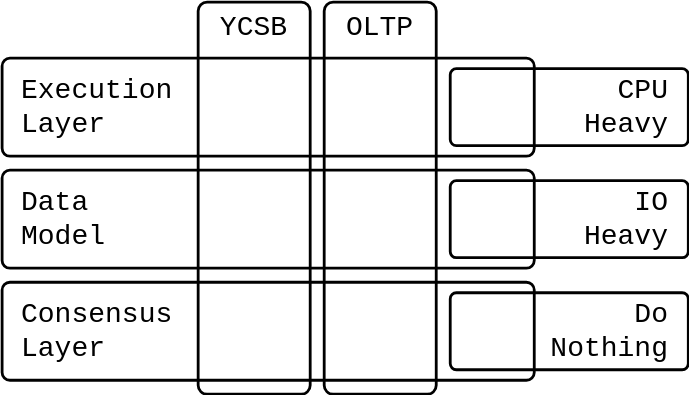
This is diagrams/BlockBenchWorkloadLayers.svg from David-Sat/blockbench-setup, a draw.io export, as it was before one commit. Source tidied: cells renumbered, new cells last; positions are measured from the earlier drawing's top-left corner, leaving out a move shared by most shapes. Source of this version:
```xml
<mxGraphModel>
  <root>
    <mxCell id="0" />
    <mxCell id="1" parent="0" />
    <mxCell id="2" value="&lt;div style=&quot;font-size: 20px&quot;&gt;&amp;nbsp;Execution &lt;br style=&quot;font-size: 20px&quot;&gt;&lt;/div&gt;&lt;div style=&quot;font-size: 20px&quot;&gt;&amp;nbsp;Layer&lt;/div&gt;" style="rounded=1;whiteSpace=wrap;html=1;strokeWidth=2;align=left;fontSize=20;fontFamily=Courier New;arcSize=8;fillColor=none;" parent="1" vertex="1">
      <mxGeometry y="40" width="380" height="70" as="geometry" />
    </mxCell>
    <mxCell id="3" value="&lt;div&gt;&amp;nbsp;Data&lt;/div&gt;&lt;div&gt;&amp;nbsp;Model&lt;br&gt;&lt;/div&gt;" style="rounded=1;whiteSpace=wrap;html=1;strokeWidth=2;align=left;fontSize=20;fontFamily=Courier New;arcSize=8;fillColor=none;" parent="1" vertex="1">
      <mxGeometry y="120" width="380" height="70" as="geometry" />
    </mxCell>
    <mxCell id="4" value="&lt;div style=&quot;font-size: 20px&quot;&gt;&amp;nbsp;Consensus&lt;/div&gt;&lt;div style=&quot;font-size: 20px&quot;&gt;&amp;nbsp;Layer&lt;br&gt;&lt;/div&gt;" style="rounded=1;whiteSpace=wrap;html=1;strokeWidth=2;align=left;fontSize=20;fontFamily=Courier New;arcSize=8;fillColor=none;" parent="1" vertex="1">
      <mxGeometry y="200" width="380" height="70" as="geometry" />
    </mxCell>
    <mxCell id="5" value="YCSB" style="rounded=1;whiteSpace=wrap;html=1;strokeWidth=2;align=center;fontSize=20;fontFamily=Courier New;arcSize=8;perimeterSpacing=0;fillColor=none;verticalAlign=top;" parent="1" vertex="1">
      <mxGeometry x="140" width="80" height="280" as="geometry" />
    </mxCell>
    <mxCell id="6" value="OLTP" style="rounded=1;whiteSpace=wrap;html=1;strokeWidth=2;align=center;fontSize=20;fontFamily=Courier New;arcSize=8;perimeterSpacing=0;fillColor=none;verticalAlign=top;" parent="1" vertex="1">
      <mxGeometry x="230" width="80" height="280" as="geometry" />
    </mxCell>
    <mxCell id="7" value="&lt;div style=&quot;font-size: 20px&quot;&gt;&amp;nbsp;CPU&amp;nbsp; &lt;br style=&quot;font-size: 20px&quot;&gt;&lt;/div&gt;&lt;div style=&quot;font-size: 20px&quot;&gt;&amp;nbsp;Heavy&amp;nbsp; &lt;br&gt;&lt;/div&gt;" style="rounded=1;whiteSpace=wrap;html=1;strokeWidth=2;align=right;fontSize=20;fontFamily=Courier New;arcSize=8;perimeterSpacing=0;fillColor=none;" parent="1" vertex="1">
      <mxGeometry x="320" y="47.5" width="170" height="55" as="geometry" />
    </mxCell>
    <mxCell id="8" value="&lt;div style=&quot;font-size: 20px&quot;&gt;&amp;nbsp;IO&amp;nbsp; &lt;br style=&quot;font-size: 20px&quot;&gt;&lt;/div&gt;&lt;div style=&quot;font-size: 20px&quot;&gt;&amp;nbsp;Heavy&amp;nbsp; &lt;br&gt;&lt;/div&gt;" style="rounded=1;whiteSpace=wrap;html=1;strokeWidth=2;align=right;fontSize=20;fontFamily=Courier New;arcSize=8;perimeterSpacing=0;fillColor=none;" parent="1" vertex="1">
      <mxGeometry x="320" y="127.5" width="170" height="55" as="geometry" />
    </mxCell>
    <mxCell id="9" value="&lt;div style=&quot;font-size: 20px&quot;&gt;&amp;nbsp;Do&amp;nbsp; &lt;br style=&quot;font-size: 20px&quot;&gt;&lt;/div&gt;&lt;div style=&quot;font-size: 20px&quot;&gt;&amp;nbsp;Nothing&amp;nbsp; &lt;br&gt;&lt;/div&gt;" style="rounded=1;whiteSpace=wrap;html=1;strokeWidth=2;align=right;fontSize=20;fontFamily=Courier New;arcSize=8;perimeterSpacing=0;fillColor=none;" parent="1" vertex="1">
      <mxGeometry x="320" y="207.5" width="170" height="55" as="geometry" />
    </mxCell>
  </root>
</mxGraphModel>
```
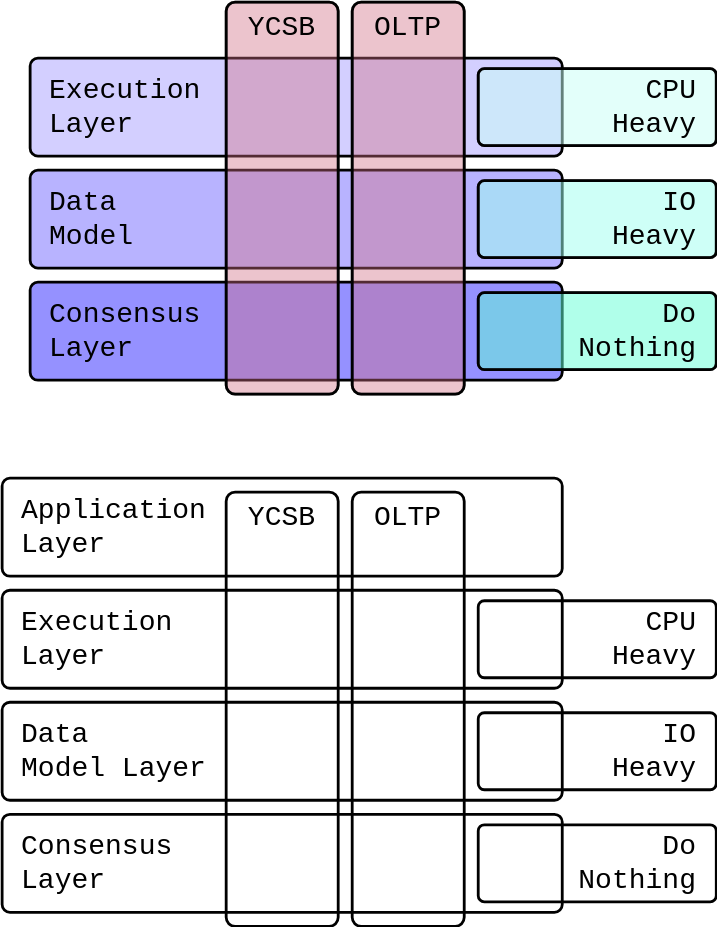
The same diagram one commit later.

Diff of the diagram source:
```diff
@@ -2,21 +2,51 @@
   <root>
     <mxCell id="0" />
     <mxCell id="1" parent="0" />
-    <mxCell id="2" value="&lt;div style=&quot;font-size: 20px&quot;&gt;&amp;nbsp;Execution &lt;br style=&quot;font-size: 20px&quot;&gt;&lt;/div&gt;&lt;div style=&quot;font-size: 20px&quot;&gt;&amp;nbsp;Layer&lt;/div&gt;" style="rounded=1;whiteSpace=wrap;html=1;strokeWidth=2;align=left;fontSize=20;fontFamily=Courier New;arcSize=8;fillColor=none;" parent="1" vertex="1">
-      <mxGeometry y="40" width="380" height="70" as="geometry" />
-    </mxCell>
+    <mxCell id="10" value="&lt;div style=&quot;font-size: 20px&quot;&gt;&amp;nbsp;Execution &lt;br style=&quot;font-size: 20px&quot;&gt;&lt;/div&gt;&lt;div style=&quot;font-size: 20px&quot;&gt;&amp;nbsp;Layer&lt;/div&gt;" style="rounded=1;whiteSpace=wrap;html=1;strokeWidth=2;align=left;fontSize=20;fontFamily=Courier New;arcSize=8;fillColor=#D3CFFF;" parent="1" vertex="1">
+      <mxGeometry y="-340" width="380" height="70" as="geometry" />
+    </mxCell>
-    <mxCell id="3" value="&lt;div&gt;&amp;nbsp;Data&lt;/div&gt;&lt;div&gt;&amp;nbsp;Model&lt;br&gt;&lt;/div&gt;" style="rounded=1;whiteSpace=wrap;html=1;strokeWidth=2;align=left;fontSize=20;fontFamily=Courier New;arcSize=8;fillColor=none;" parent="1" vertex="1">
-      <mxGeometry y="120" width="380" height="70" as="geometry" />
+    <mxCell id="3" value="&lt;div&gt;&amp;nbsp;Data&lt;/div&gt;&lt;div&gt;&amp;nbsp;Model&lt;br&gt;&lt;/div&gt;" style="rounded=1;whiteSpace=wrap;html=1;strokeWidth=2;align=left;fontSize=20;fontFamily=Courier New;arcSize=8;fillColor=#B8B3FF;" parent="1" vertex="1">
+      <mxGeometry y="-260" width="380" height="70" as="geometry" />
     </mxCell>
-    <mxCell id="4" value="&lt;div style=&quot;font-size: 20px&quot;&gt;&amp;nbsp;Consensus&lt;/div&gt;&lt;div style=&quot;font-size: 20px&quot;&gt;&amp;nbsp;Layer&lt;br&gt;&lt;/div&gt;" style="rounded=1;whiteSpace=wrap;html=1;strokeWidth=2;align=left;fontSize=20;fontFamily=Courier New;arcSize=8;fillColor=none;" parent="1" vertex="1">
-      <mxGeometry y="200" width="380" height="70" as="geometry" />
-    </mxCell>
-    <mxCell id="5" value="YCSB" style="rounded=1;whiteSpace=wrap;html=1;strokeWidth=2;align=center;fontSize=20;fontFamily=Courier New;arcSize=8;perimeterSpacing=0;fillColor=none;verticalAlign=top;" parent="1" vertex="1">
-      <mxGeometry x="140" width="80" height="280" as="geometry" />
-    </mxCell>
-    <mxCell id="6" value="OLTP" style="rounded=1;whiteSpace=wrap;html=1;strokeWidth=2;align=center;fontSize=20;fontFamily=Courier New;arcSize=8;perimeterSpacing=0;fillColor=none;verticalAlign=top;" parent="1" vertex="1">
-      <mxGeometry x="230" width="80" height="280" as="geometry" />
-    </mxCell>
+    <mxCell id="11" value="&lt;div style=&quot;font-size: 20px&quot;&gt;&amp;nbsp;Consensus&lt;/div&gt;&lt;div style=&quot;font-size: 20px&quot;&gt;&amp;nbsp;Layer&lt;br&gt;&lt;/div&gt;" style="rounded=1;whiteSpace=wrap;html=1;strokeWidth=2;align=left;fontSize=20;fontFamily=Courier New;arcSize=8;fillColor=#9591FF;" parent="1" vertex="1">
+      <mxGeometry y="-180" width="380" height="70" as="geometry" />
+    </mxCell>
+    <mxCell id="12" style="rounded=1;whiteSpace=wrap;html=1;strokeWidth=2;align=right;fontSize=20;fontFamily=Courier New;arcSize=8;perimeterSpacing=0;opacity=50;fillColor=#63FFD6;" parent="1" vertex="1">
+      <mxGeometry x="320" y="-172.5" width="170" height="55" as="geometry" />
+    </mxCell>
+    <mxCell id="13" style="rounded=1;whiteSpace=wrap;html=1;strokeWidth=2;align=right;fontSize=20;fontFamily=Courier New;arcSize=8;perimeterSpacing=0;opacity=50;fillColor=#9EFFEF;" parent="1" vertex="1">
+      <mxGeometry x="320" y="-252.5" width="170" height="55" as="geometry" />
+    </mxCell>
+    <mxCell id="14" style="rounded=1;whiteSpace=wrap;html=1;strokeWidth=2;align=right;fontSize=20;fontFamily=Courier New;arcSize=8;perimeterSpacing=0;opacity=50;fillColor=#C7FFF6;" parent="1" vertex="1">
+      <mxGeometry x="320" y="-332.5" width="170" height="55" as="geometry" />
+    </mxCell>
+    <mxCell id="15" style="rounded=1;whiteSpace=wrap;html=1;strokeWidth=2;align=center;fontSize=20;fontFamily=Courier New;arcSize=8;perimeterSpacing=0;verticalAlign=top;opacity=40;fillColor=#D06C83;" parent="1" vertex="1">
+      <mxGeometry x="140" y="-380" width="80" height="280" as="geometry" />
+    </mxCell>
+    <mxCell id="16" style="rounded=1;whiteSpace=wrap;html=1;strokeWidth=2;align=center;fontSize=20;fontFamily=Courier New;arcSize=8;perimeterSpacing=0;verticalAlign=top;opacity=40;fillColor=#D06C83;" parent="1" vertex="1">
+      <mxGeometry x="230" y="-380" width="80" height="280" as="geometry" />
+    </mxCell>
+    <mxCell id="17" value="YCSB" style="rounded=1;whiteSpace=wrap;html=1;strokeWidth=2;align=center;fontSize=20;fontFamily=Courier New;arcSize=8;perimeterSpacing=0;fillColor=none;verticalAlign=top;" parent="1" vertex="1">
+      <mxGeometry x="140" y="-380" width="80" height="280" as="geometry" />
+    </mxCell>
+    <mxCell id="18" value="OLTP" style="rounded=1;whiteSpace=wrap;html=1;strokeWidth=2;align=center;fontSize=20;fontFamily=Courier New;arcSize=8;perimeterSpacing=0;fillColor=none;verticalAlign=top;" parent="1" vertex="1">
+      <mxGeometry x="230" y="-380" width="80" height="280" as="geometry" />
+    </mxCell>
+    <mxCell id="19" value="&lt;div style=&quot;font-size: 20px&quot;&gt;&amp;nbsp;CPU&amp;nbsp; &lt;br style=&quot;font-size: 20px&quot;&gt;&lt;/div&gt;&lt;div style=&quot;font-size: 20px&quot;&gt;&amp;nbsp;Heavy&amp;nbsp; &lt;br&gt;&lt;/div&gt;" style="rounded=1;whiteSpace=wrap;html=1;strokeWidth=2;align=right;fontSize=20;fontFamily=Courier New;arcSize=8;perimeterSpacing=0;fillColor=none;" parent="1" vertex="1">
+      <mxGeometry x="320" y="-332.5" width="170" height="55" as="geometry" />
+    </mxCell>
+    <mxCell id="20" value="&lt;div style=&quot;font-size: 20px&quot;&gt;&amp;nbsp;IO&amp;nbsp; &lt;br style=&quot;font-size: 20px&quot;&gt;&lt;/div&gt;&lt;div style=&quot;font-size: 20px&quot;&gt;&amp;nbsp;Heavy&amp;nbsp; &lt;br&gt;&lt;/div&gt;" style="rounded=1;whiteSpace=wrap;html=1;strokeWidth=2;align=right;fontSize=20;fontFamily=Courier New;arcSize=8;perimeterSpacing=0;fillColor=none;" parent="1" vertex="1">
+      <mxGeometry x="320" y="-252.5" width="170" height="55" as="geometry" />
+    </mxCell>
+    <mxCell id="21" value="&lt;div style=&quot;font-size: 20px&quot;&gt;&amp;nbsp;Do&amp;nbsp; &lt;br style=&quot;font-size: 20px&quot;&gt;&lt;/div&gt;&lt;div style=&quot;font-size: 20px&quot;&gt;&amp;nbsp;Nothing&amp;nbsp; &lt;br&gt;&lt;/div&gt;" style="rounded=1;whiteSpace=wrap;html=1;strokeWidth=2;align=right;fontSize=20;fontFamily=Courier New;arcSize=8;perimeterSpacing=0;fillColor=none;" parent="1" vertex="1">
+      <mxGeometry x="320" y="-172.5" width="170" height="55" as="geometry" />
+    </mxCell>
+    <mxCell id="22" value="YCSB" style="rounded=1;whiteSpace=wrap;html=1;strokeWidth=2;align=center;fontSize=20;fontFamily=Courier New;arcSize=8;perimeterSpacing=0;fillColor=none;verticalAlign=top;" parent="1" vertex="1">
+      <mxGeometry x="140" y="-30" width="80" height="310" as="geometry" />
+    </mxCell>
+    <mxCell id="23" value="OLTP" style="rounded=1;whiteSpace=wrap;html=1;strokeWidth=2;align=center;fontSize=20;fontFamily=Courier New;arcSize=8;perimeterSpacing=0;fillColor=none;verticalAlign=top;" parent="1" vertex="1">
+      <mxGeometry x="230" y="-30" width="80" height="310" as="geometry" />
+    </mxCell>
     <mxCell id="7" value="&lt;div style=&quot;font-size: 20px&quot;&gt;&amp;nbsp;CPU&amp;nbsp; &lt;br style=&quot;font-size: 20px&quot;&gt;&lt;/div&gt;&lt;div style=&quot;font-size: 20px&quot;&gt;&amp;nbsp;Heavy&amp;nbsp; &lt;br&gt;&lt;/div&gt;" style="rounded=1;whiteSpace=wrap;html=1;strokeWidth=2;align=right;fontSize=20;fontFamily=Courier New;arcSize=8;perimeterSpacing=0;fillColor=none;" parent="1" vertex="1">
       <mxGeometry x="320" y="47.5" width="170" height="55" as="geometry" />
     </mxCell>
@@ -26,5 +56,20 @@
     <mxCell id="9" value="&lt;div style=&quot;font-size: 20px&quot;&gt;&amp;nbsp;Do&amp;nbsp; &lt;br style=&quot;font-size: 20px&quot;&gt;&lt;/div&gt;&lt;div style=&quot;font-size: 20px&quot;&gt;&amp;nbsp;Nothing&amp;nbsp; &lt;br&gt;&lt;/div&gt;" style="rounded=1;whiteSpace=wrap;html=1;strokeWidth=2;align=right;fontSize=20;fontFamily=Courier New;arcSize=8;perimeterSpacing=0;fillColor=none;" parent="1" vertex="1">
       <mxGeometry x="320" y="207.5" width="170" height="55" as="geometry" />
     </mxCell>
+    <mxCell id="24" style="group;" parent="1" vertex="1">
+      <mxGeometry x="-20" y="-40" width="400" height="310" as="geometry" />
+    </mxCell>
+    <mxCell id="25" value="&lt;div style=&quot;font-size: 20px&quot;&gt;&amp;nbsp;Application&lt;br style=&quot;font-size: 20px&quot;&gt;&lt;/div&gt;&lt;div style=&quot;font-size: 20px&quot;&gt;&amp;nbsp;Layer&lt;/div&gt;" style="rounded=1;whiteSpace=wrap;html=1;strokeWidth=2;align=left;fontSize=20;fontFamily=Courier New;arcSize=8;fillColor=none;" parent="24" vertex="1">
+      <mxGeometry width="400" height="70" as="geometry" />
+    </mxCell>
+    <mxCell id="2" value="&lt;div style=&quot;font-size: 20px&quot;&gt;&amp;nbsp;Execution &lt;br style=&quot;font-size: 20px&quot;&gt;&lt;/div&gt;&lt;div style=&quot;font-size: 20px&quot;&gt;&amp;nbsp;Layer&lt;/div&gt;" style="rounded=1;whiteSpace=wrap;html=1;strokeWidth=2;align=left;fontSize=20;fontFamily=Courier New;arcSize=8;fillColor=none;" parent="24" vertex="1">
+      <mxGeometry y="80" width="400" height="70" as="geometry" />
+    </mxCell>
+    <mxCell id="26" value="&lt;div&gt;&amp;nbsp;Data&lt;/div&gt;&lt;div&gt;&amp;nbsp;Model Layer&lt;br&gt;&lt;/div&gt;" style="rounded=1;whiteSpace=wrap;html=1;strokeWidth=2;align=left;fontSize=20;fontFamily=Courier New;arcSize=8;fillColor=none;" parent="24" vertex="1">
+      <mxGeometry y="160" width="400" height="70" as="geometry" />
+    </mxCell>
+    <mxCell id="4" value="&lt;div style=&quot;font-size: 20px&quot;&gt;&amp;nbsp;Consensus&lt;/div&gt;&lt;div style=&quot;font-size: 20px&quot;&gt;&amp;nbsp;Layer&lt;br&gt;&lt;/div&gt;" style="rounded=1;whiteSpace=wrap;html=1;strokeWidth=2;align=left;fontSize=20;fontFamily=Courier New;arcSize=8;fillColor=none;" parent="24" vertex="1">
+      <mxGeometry y="240" width="400" height="70" as="geometry" />
+    </mxCell>
   </root>
 </mxGraphModel>
```
